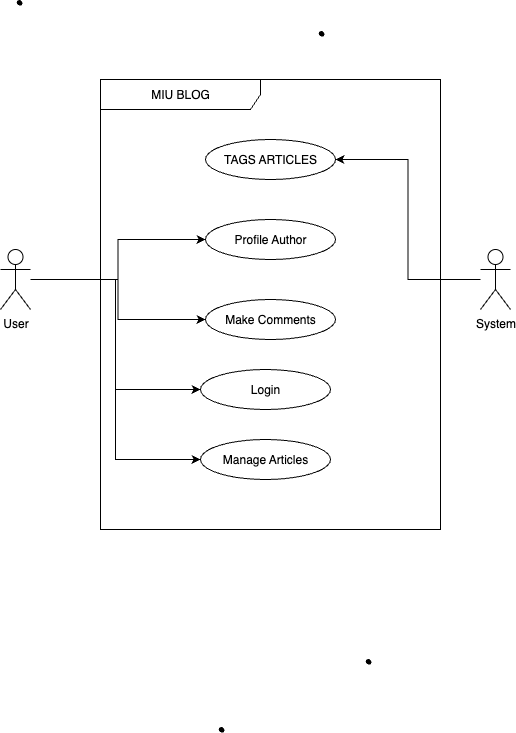
The draw.io diagram assignment2/assets/user-case-diagram.png in leone2016/miu-blog, before a commit. Source tidied: cells renumbered, new cells last; positions are measured from the earlier drawing's top-left corner, leaving out a move shared by most shapes. Source of this version:
```xml
<mxGraphModel>
  <root>
    <mxCell id="0" />
    <mxCell id="1" parent="0" />
    <mxCell id="2" style="edgeStyle=orthogonalEdgeStyle;rounded=0;jettySize=auto;html=1;" parent="1" edge="1" source="6" target="11">
      <mxGeometry relative="1" as="geometry" />
    </mxCell>
    <mxCell id="3" style="edgeStyle=orthogonalEdgeStyle;rounded=0;jettySize=auto;html=1;" parent="1" edge="1" source="6" target="12">
      <mxGeometry relative="1" as="geometry" />
    </mxCell>
    <mxCell id="4" style="edgeStyle=orthogonalEdgeStyle;rounded=0;jettySize=auto;html=1;entryX=0;entryY=0.5;entryDx=0;entryDy=0;" parent="1" edge="1" source="6" target="13">
      <mxGeometry relative="1" as="geometry" />
    </mxCell>
    <mxCell id="5" style="edgeStyle=orthogonalEdgeStyle;rounded=0;jettySize=auto;html=1;entryX=0;entryY=0.5;entryDx=0;entryDy=0;" parent="1" edge="1" source="6" target="14">
      <mxGeometry relative="1" as="geometry" />
    </mxCell>
    <mxCell id="6" value="User" style="shape=umlActor;verticalLabelPosition=bottom;verticalAlign=top;html=1;" parent="1" vertex="1">
      <mxGeometry y="249" width="30" height="60" as="geometry" />
    </mxCell>
    <mxCell id="7" style="edgeStyle=orthogonalEdgeStyle;rounded=0;jettySize=auto;html=1;entryX=1;entryY=0.5;entryDx=0;entryDy=0;" parent="1" edge="1" source="8" target="10">
      <mxGeometry relative="1" as="geometry" />
    </mxCell>
    <mxCell id="8" value="System" style="shape=umlActor;verticalLabelPosition=bottom;verticalAlign=top;html=1;" parent="1" vertex="1">
      <mxGeometry x="480" y="249" width="30" height="60" as="geometry" />
    </mxCell>
    <mxCell id="9" value="MIU BLOG" style="shape=umlFrame;whiteSpace=wrap;html=1;width=160;" parent="1" vertex="1">
      <mxGeometry x="100" y="79" width="340" height="450" as="geometry" />
    </mxCell>
    <mxCell id="10" value="TAGS ARTICLES" style="ellipse;whiteSpace=wrap;html=1;" parent="9" vertex="1">
      <mxGeometry x="105" y="60" width="130" height="40" as="geometry" />
    </mxCell>
    <mxCell id="11" value="Profile Author" style="ellipse;whiteSpace=wrap;html=1;" parent="9" vertex="1">
      <mxGeometry x="105" y="140" width="130" height="40" as="geometry" />
    </mxCell>
    <mxCell id="12" value="Make Comments" style="ellipse;whiteSpace=wrap;html=1;" parent="9" vertex="1">
      <mxGeometry x="105" y="220" width="130" height="40" as="geometry" />
    </mxCell>
    <mxCell id="13" value="Login" style="ellipse;whiteSpace=wrap;html=1;" parent="1" vertex="1">
      <mxGeometry x="200" y="369" width="130" height="40" as="geometry" />
    </mxCell>
    <mxCell id="14" value="Manage Articles" style="ellipse;whiteSpace=wrap;html=1;" parent="1" vertex="1">
      <mxGeometry x="200" y="439" width="130" height="40" as="geometry" />
    </mxCell>
    <mxCell id="15" style="shape=(stored shape, 640 characters);lineShape=1;strokeColor=default;" parent="1" vertex="1">
      <mxGeometry x="16.9" y="-0.1" width="4.7" height="4.7" as="geometry" />
    </mxCell>
    <mxCell id="16" style="shape=(stored shape, 640 characters);lineShape=1;strokeColor=default;" parent="1" vertex="1">
      <mxGeometry x="218.9" y="726.9" width="4.7" height="4.7" as="geometry" />
    </mxCell>
    <mxCell id="17" style="shape=(stored shape, 640 characters);lineShape=1;strokeColor=default;" parent="1" vertex="1">
      <mxGeometry x="365.9" y="658.9" width="4.7" height="4.7" as="geometry" />
    </mxCell>
    <mxCell id="18" style="shape=(stored shape, 640 characters);lineShape=1;strokeColor=default;" parent="1" vertex="1">
      <mxGeometry x="318.9" y="30.9" width="4.7" height="4.7" as="geometry" />
    </mxCell>
  </root>
</mxGraphModel>
```
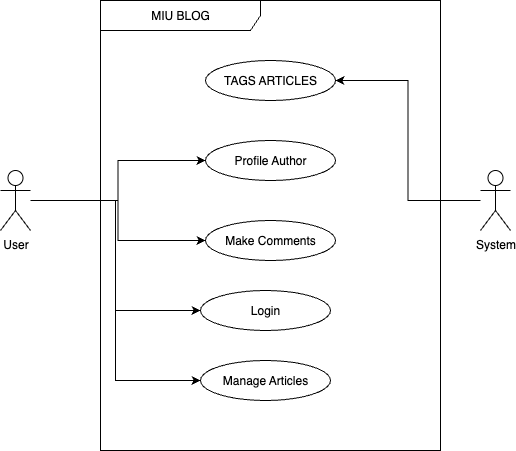
Above is the later version.

Commit message:
feat(lab4) architecture

What changed in the source:
```diff
@@ -41,17 +41,5 @@
     <mxCell id="14" value="Manage Articles" style="ellipse;whiteSpace=wrap;html=1;" parent="1" vertex="1">
       <mxGeometry x="200" y="439" width="130" height="40" as="geometry" />
     </mxCell>
-    <mxCell id="15" style="shape=(stored shape, 640 characters);lineShape=1;strokeColor=default;" parent="1" vertex="1">
-      <mxGeometry x="16.9" y="-0.1" width="4.7" height="4.7" as="geometry" />
-    </mxCell>
-    <mxCell id="16" style="shape=(stored shape, 640 characters);lineShape=1;strokeColor=default;" parent="1" vertex="1">
-      <mxGeometry x="218.9" y="726.9" width="4.7" height="4.7" as="geometry" />
-    </mxCell>
-    <mxCell id="17" style="shape=(stored shape, 640 characters);lineShape=1;strokeColor=default;" parent="1" vertex="1">
-      <mxGeometry x="365.9" y="658.9" width="4.7" height="4.7" as="geometry" />
-    </mxCell>
-    <mxCell id="18" style="shape=(stored shape, 640 characters);lineShape=1;strokeColor=default;" parent="1" vertex="1">
-      <mxGeometry x="318.9" y="30.9" width="4.7" height="4.7" as="geometry" />
-    </mxCell>
   </root>
 </mxGraphModel>
```
